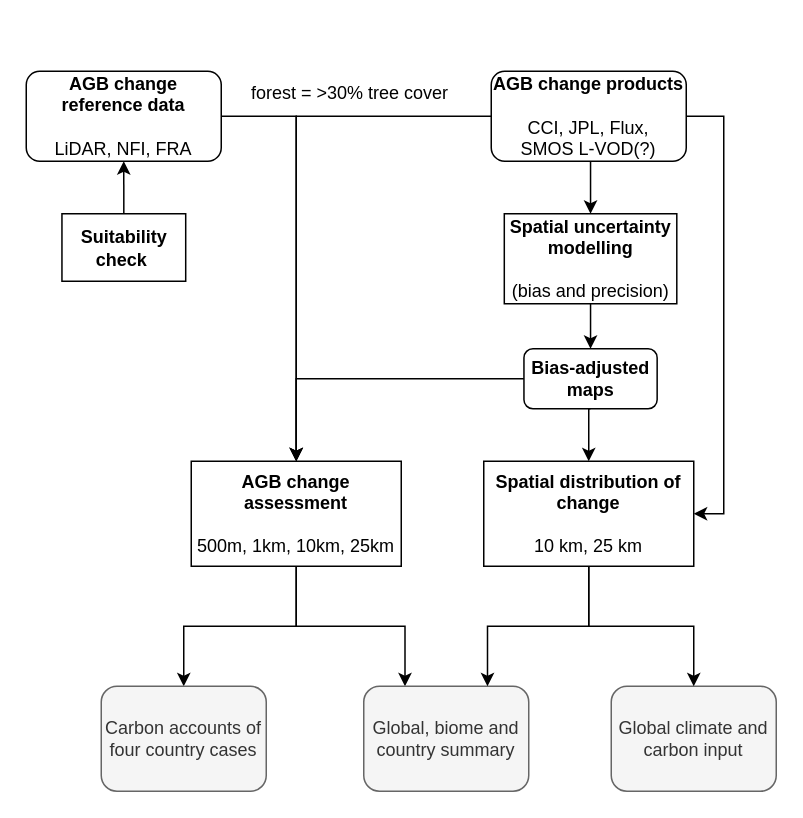
Earlier version of the draw.io diagram paper2.drawio (arnanaraza/diagrams). Source tidied: cells renumbered, new cells numbered last; positions are measured from the earlier drawing's top-left corner, leaving out a move shared by most shapes. Both pictures are drawn from the tidied source at 150%, with x=0, y=0 at pixel (26, 70).
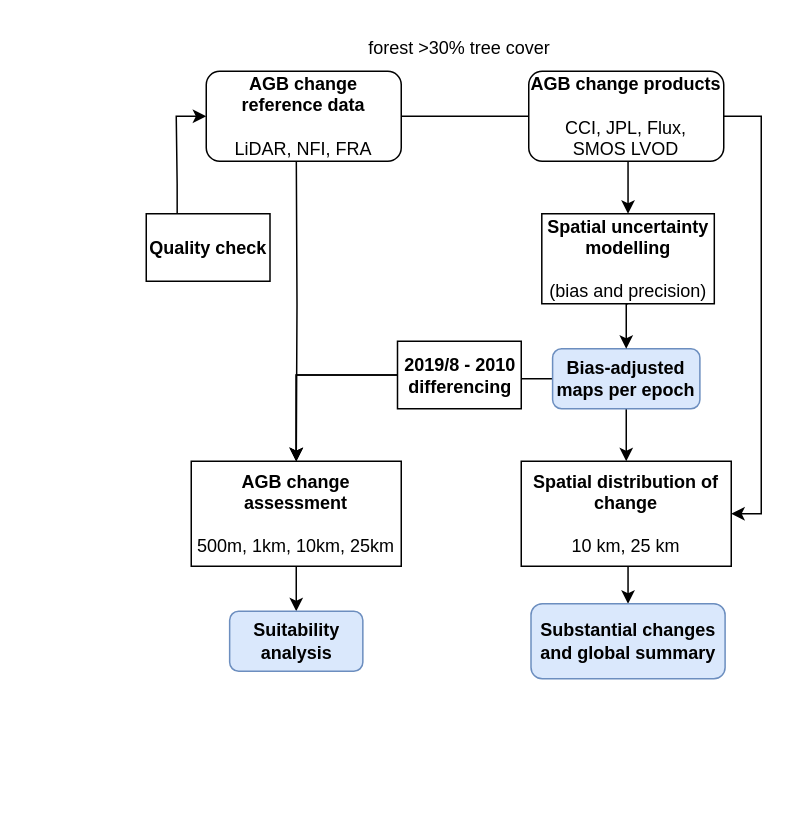
The same page after the edit.

The change refers to these unchanged cells:
```xml
<mxCell id="13" value="&lt;b&gt;AGB change assessment&lt;/b&gt;&lt;br&gt;&lt;br&gt;500m, 1km, 10km, 25km" style="rounded=0;whiteSpace=wrap;html=1;" parent="1" vertex="1">
  <mxGeometry x="110" y="260" width="140" height="70" as="geometry" />
</mxCell>
```

Change to the diagram source:
```diff
@@
-    <mxCell id="2" style="edgeStyle=orthogonalEdgeStyle;rounded=0;jettySize=auto;html=1;exitX=1;exitY=0.5;exitDx=0;exitDy=0;entryX=0.5;entryY=0;entryDx=0;entryDy=0;" parent="1" edge="1" source="3" target="13">
-      <mxGeometry relative="1" as="geometry" />
-    </mxCell>
-    <mxCell id="3" value="&lt;b style=&quot;font-family: &amp;#34;helvetica&amp;#34;&quot;&gt;AGB change reference data&lt;/b&gt;&lt;br style=&quot;font-family: &amp;#34;helvetica&amp;#34;&quot;&gt;&lt;br style=&quot;font-family: &amp;#34;helvetica&amp;#34;&quot;&gt;&lt;span style=&quot;font-family: &amp;#34;helvetica&amp;#34;&quot;&gt;LiDAR, NFI, FRA&lt;/span&gt;" style="rounded=1;whiteSpace=wrap;html=1;shadow=0;glass=0;sketch=0;" parent="1" vertex="1">
-      <mxGeometry width="130" height="60" as="geometry" />
-    </mxCell>
@@
-    <mxCell id="5" style="edgeStyle=orthogonalEdgeStyle;rounded=0;jettySize=auto;html=1;exitX=0;exitY=0.5;exitDx=0;exitDy=0;entryX=0.5;entryY=0;entryDx=0;entryDy=0;" parent="1" edge="1" source="7" target="13">
-      <mxGeometry relative="1" as="geometry" />
-    </mxCell>
@@
-    <mxCell id="7" value="&lt;b&gt;AGB change products&lt;br&gt;&lt;/b&gt;&lt;br&gt;CCI, JPL, Flux, &lt;br&gt;SMOS L-VOD(?)&lt;span style=&quot;font-family: &amp;#34;helvetica&amp;#34;&quot;&gt;&lt;br&gt;&lt;/span&gt;" style="rounded=1;whiteSpace=wrap;html=1;" parent="1" vertex="1">
-      <mxGeometry x="310" width="130" height="60" as="geometry" />
+    <mxCell id="7" value="&lt;b&gt;AGB change products&lt;br&gt;&lt;/b&gt;&lt;br&gt;CCI, JPL, Flux, &lt;br&gt;SMOS LVOD&lt;span style=&quot;font-family: &amp;#34;helvetica&amp;#34;&quot;&gt;&lt;br&gt;&lt;/span&gt;" style="rounded=1;whiteSpace=wrap;html=1;" parent="1" vertex="1">
+      <mxGeometry x="335" width="130" height="60" as="geometry" />
     </mxCell>
@@
-    <mxCell id="9" style="edgeStyle=orthogonalEdgeStyle;rounded=0;jettySize=auto;html=1;exitX=0;exitY=0.5;exitDx=0;exitDy=0;entryX=0.5;entryY=0;entryDx=0;entryDy=0;" parent="1" edge="1" source="10" target="13">
+    <mxCell id="9" style="edgeStyle=orthogonalEdgeStyle;rounded=0;jettySize=auto;html=1;exitX=0;exitY=0.5;exitDx=0;exitDy=0;entryX=0.5;entryY=0;entryDx=0;entryDy=0;startArrow=none;" parent="1" edge="1" source="33" target="13">
       <mxGeometry relative="1" as="geometry" />
     </mxCell>
+    <mxCell id="25" style="edgeStyle=orthogonalEdgeStyle;rounded=0;jettySize=auto;html=1;exitX=0;exitY=0.5;exitDx=0;exitDy=0;entryX=0.5;entryY=0;entryDx=0;entryDy=0;endArrow=classic;endFill=1;startArrow=none;" parent="1" edge="1" source="33" target="13">
+      <mxGeometry relative="1" as="geometry" />
+    </mxCell>
+    <mxCell id="26" style="edgeStyle=orthogonalEdgeStyle;rounded=0;jettySize=auto;html=1;exitX=0;exitY=0.5;exitDx=0;exitDy=0;entryX=1;entryY=0.5;entryDx=0;entryDy=0;endArrow=none;endFill=0;" parent="1" edge="1" source="10" target="33">
+      <mxGeometry relative="1" as="geometry" />
+    </mxCell>
-    <mxCell id="10" value="&lt;b&gt;Bias-adjusted maps&lt;br&gt;&lt;/b&gt;" style="rounded=1;whiteSpace=wrap;html=1;" parent="1" vertex="1">
-      <mxGeometry x="331.8" y="185" width="88.8" height="40" as="geometry" />
+    <mxCell id="10" value="&lt;b&gt;Bias-adjusted maps per epoch&lt;br&gt;&lt;/b&gt;" style="rounded=1;whiteSpace=wrap;html=1;fillColor=#dae8fc;strokeColor=#6c8ebf;" parent="1" vertex="1">
+      <mxGeometry x="350.9" y="185" width="98.2" height="40" as="geometry" />
     </mxCell>
-    <mxCell id="11" style="edgeStyle=orthogonalEdgeStyle;rounded=0;jettySize=auto;html=1;exitX=0.5;exitY=1;exitDx=0;exitDy=0;entryX=0.5;entryY=0;entryDx=0;entryDy=0;" parent="1" edge="1" source="13" target="17">
-      <mxGeometry relative="1" as="geometry" />
-    </mxCell>
-    <mxCell id="12" style="edgeStyle=orthogonalEdgeStyle;rounded=0;jettySize=auto;html=1;exitX=0.5;exitY=1;exitDx=0;exitDy=0;entryX=0.25;entryY=0;entryDx=0;entryDy=0;" parent="1" edge="1" source="13" target="19">
-      <mxGeometry relative="1" as="geometry" />
-    </mxCell>
+    <mxCell id="27" style="edgeStyle=orthogonalEdgeStyle;rounded=0;jettySize=auto;html=1;exitX=0.5;exitY=1;exitDx=0;exitDy=0;entryX=0.5;entryY=0;entryDx=0;entryDy=0;" parent="1" edge="1" source="13" target="29">
+      <mxGeometry relative="1" as="geometry" />
+    </mxCell>
@@
     <mxCell id="15" value="&lt;b&gt;Spatial uncertainty modelling &lt;br&gt;&lt;/b&gt;&lt;br&gt;(bias and precision)" style="rounded=0;whiteSpace=wrap;html=1;" parent="1" vertex="1">
-      <mxGeometry x="318.7" y="95" width="115" height="60" as="geometry" />
+      <mxGeometry x="343.7" y="95" width="115" height="60" as="geometry" />
     </mxCell>
-    <mxCell id="16" value="forest = &amp;gt;30% tree cover" style="text;html=1;strokeColor=none;fillColor=none;align=center;verticalAlign=middle;whiteSpace=wrap;rounded=0;" parent="1" vertex="1">
-      <mxGeometry x="117.4" width="197.5" height="30" as="geometry" />
+    <mxCell id="16" value="forest &amp;gt;30% tree cover" style="text;html=1;strokeColor=none;fillColor=none;align=center;verticalAlign=middle;whiteSpace=wrap;rounded=0;" parent="1" vertex="1">
+      <mxGeometry x="190" y="-30" width="197.5" height="30" as="geometry" />
     </mxCell>
-    <mxCell id="17" value="Carbon accounts of four country cases" style="rounded=1;whiteSpace=wrap;html=1;fillColor=#f5f5f5;strokeColor=#666666;fontColor=#333333;" parent="1" vertex="1">
-      <mxGeometry x="50" y="410" width="110" height="70" as="geometry" />
-    </mxCell>
-    <mxCell id="18" value="&lt;span style=&quot;font-family: &amp;#34;helvetica&amp;#34;&quot;&gt;Global climate and carbon input&lt;/span&gt;" style="rounded=1;whiteSpace=wrap;html=1;fillColor=#f5f5f5;strokeColor=#666666;fontColor=#333333;" parent="1" vertex="1">
-      <mxGeometry x="390" y="410" width="110" height="70" as="geometry" />
-    </mxCell>
-    <mxCell id="19" value="&lt;span&gt;Global, biome and country summary&lt;/span&gt;" style="rounded=1;whiteSpace=wrap;html=1;fillColor=#f5f5f5;strokeColor=#666666;fontColor=#333333;" parent="1" vertex="1">
-      <mxGeometry x="225" y="410" width="110" height="70" as="geometry" />
-    </mxCell>
-    <mxCell id="20" style="edgeStyle=orthogonalEdgeStyle;rounded=0;jettySize=auto;html=1;exitX=0.5;exitY=1;exitDx=0;exitDy=0;" parent="1" edge="1" source="22" target="18">
-      <mxGeometry relative="1" as="geometry" />
-    </mxCell>
-    <mxCell id="21" style="edgeStyle=orthogonalEdgeStyle;rounded=0;jettySize=auto;html=1;exitX=0.5;exitY=1;exitDx=0;exitDy=0;entryX=0.75;entryY=0;entryDx=0;entryDy=0;" parent="1" edge="1" source="22" target="19">
-      <mxGeometry relative="1" as="geometry" />
-    </mxCell>
+    <mxCell id="28" style="edgeStyle=orthogonalEdgeStyle;rounded=0;jettySize=auto;html=1;exitX=0.5;exitY=1;exitDx=0;exitDy=0;entryX=0.5;entryY=0;entryDx=0;entryDy=0;" parent="1" edge="1" source="22" target="30">
+      <mxGeometry relative="1" as="geometry" />
+    </mxCell>
     <mxCell id="22" value="&lt;b&gt;Spatial distribution of change&lt;/b&gt;&lt;br&gt;&lt;br&gt;10 km, 25 km" style="rounded=0;whiteSpace=wrap;html=1;" parent="1" vertex="1">
-      <mxGeometry x="305" y="260" width="140" height="70" as="geometry" />
+      <mxGeometry x="330" y="260" width="140" height="70" as="geometry" />
     </mxCell>
-    <mxCell id="23" style="edgeStyle=orthogonalEdgeStyle;rounded=0;jettySize=auto;html=1;exitX=0.5;exitY=0;exitDx=0;exitDy=0;entryX=0.5;entryY=1;entryDx=0;entryDy=0;" parent="1" edge="1" source="24" target="3">
+    <mxCell id="23" style="edgeStyle=orthogonalEdgeStyle;rounded=0;jettySize=auto;html=1;exitX=0.25;exitY=0;exitDx=0;exitDy=0;entryX=0;entryY=0.5;entryDx=0;entryDy=0;endArrow=classic;endFill=1;" parent="1" edge="1" source="24" target="3">
       <mxGeometry relative="1" as="geometry" />
     </mxCell>
-    <mxCell id="24" value="&lt;b&gt;Suitability check&amp;nbsp;&lt;/b&gt;" style="rounded=0;whiteSpace=wrap;html=1;" parent="1" vertex="1">
-      <mxGeometry x="23.8" y="95" width="82.5" height="45" as="geometry" />
+    <mxCell id="24" value="&lt;b&gt;Quality check&lt;/b&gt;" style="rounded=0;whiteSpace=wrap;html=1;" parent="1" vertex="1">
+      <mxGeometry x="80" y="95" width="82.5" height="45" as="geometry" />
     </mxCell>
+    <mxCell id="29" value="&lt;b&gt;Suitability analysis&lt;br&gt;&lt;/b&gt;" style="rounded=1;whiteSpace=wrap;html=1;fillColor=#dae8fc;strokeColor=#6c8ebf;" parent="1" vertex="1">
+      <mxGeometry x="135.6" y="360" width="88.8" height="40" as="geometry" />
+    </mxCell>
+    <mxCell id="30" value="&lt;b&gt;Substantial changes and global summary&lt;/b&gt;" style="rounded=1;whiteSpace=wrap;html=1;fillColor=#dae8fc;strokeColor=#6c8ebf;" parent="1" vertex="1">
+      <mxGeometry x="336.5" y="355" width="129.4" height="50" as="geometry" />
+    </mxCell>
+    <mxCell id="31" style="edgeStyle=orthogonalEdgeStyle;rounded=0;jettySize=auto;html=1;entryX=0.5;entryY=0;entryDx=0;entryDy=0;" parent="1" edge="1" target="13">
+      <mxGeometry relative="1" as="geometry">
+        <mxPoint x="180" y="50" as="sourcePoint" />
+      </mxGeometry>
+    </mxCell>
+    <mxCell id="32" style="edgeStyle=orthogonalEdgeStyle;rounded=0;jettySize=auto;html=1;exitX=1;exitY=0.5;exitDx=0;exitDy=0;entryX=0;entryY=0.5;entryDx=0;entryDy=0;endArrow=none;endFill=0;" parent="1" edge="1" source="3" target="7">
+      <mxGeometry relative="1" as="geometry" />
+    </mxCell>
+    <mxCell id="3" value="&lt;b style=&quot;font-family: &amp;#34;helvetica&amp;#34;&quot;&gt;AGB change reference data&lt;/b&gt;&lt;br style=&quot;font-family: &amp;#34;helvetica&amp;#34;&quot;&gt;&lt;br style=&quot;font-family: &amp;#34;helvetica&amp;#34;&quot;&gt;&lt;span style=&quot;font-family: &amp;#34;helvetica&amp;#34;&quot;&gt;LiDAR, NFI, FRA&lt;/span&gt;" style="rounded=1;whiteSpace=wrap;html=1;shadow=0;glass=0;sketch=0;" parent="1" vertex="1">
+      <mxGeometry x="120" width="130" height="60" as="geometry" />
+    </mxCell>
+    <mxCell id="33" value="&lt;b&gt;2019/8 - 2010 differencing&lt;/b&gt;" style="rounded=0;whiteSpace=wrap;html=1;" parent="1" vertex="1">
+      <mxGeometry x="247.5" y="180" width="82.5" height="45" as="geometry" />
+    </mxCell>
```
